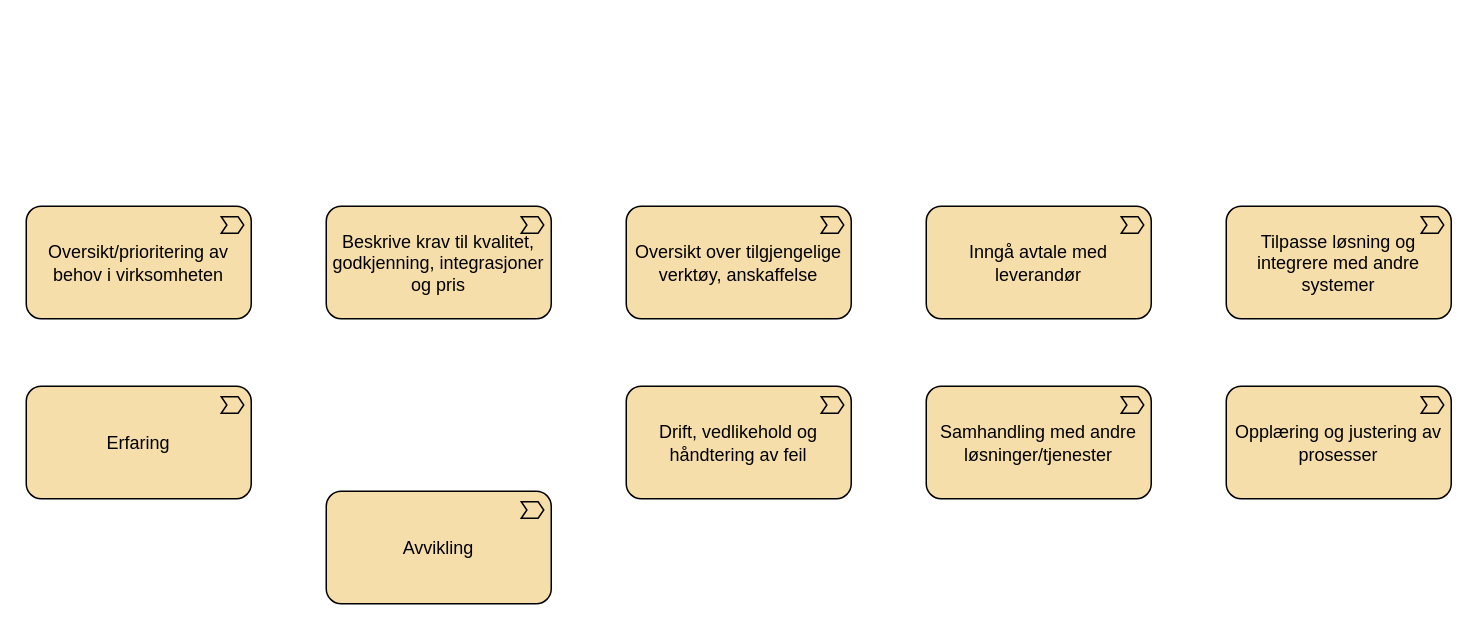
Earlier version of the draw.io diagram page "verdikjede-virksomheter" (8 of 8) of docs/strategi/value-chain.drawio (hdir/Digital-Forstelinje). Source tidied: cells renumbered, new cells numbered last; positions are measured from the earlier drawing's top-left corner, leaving out a move shared by most shapes. Both pictures are drawn from the tidied source at 150%, with x=0, y=0 at pixel (26, 206).
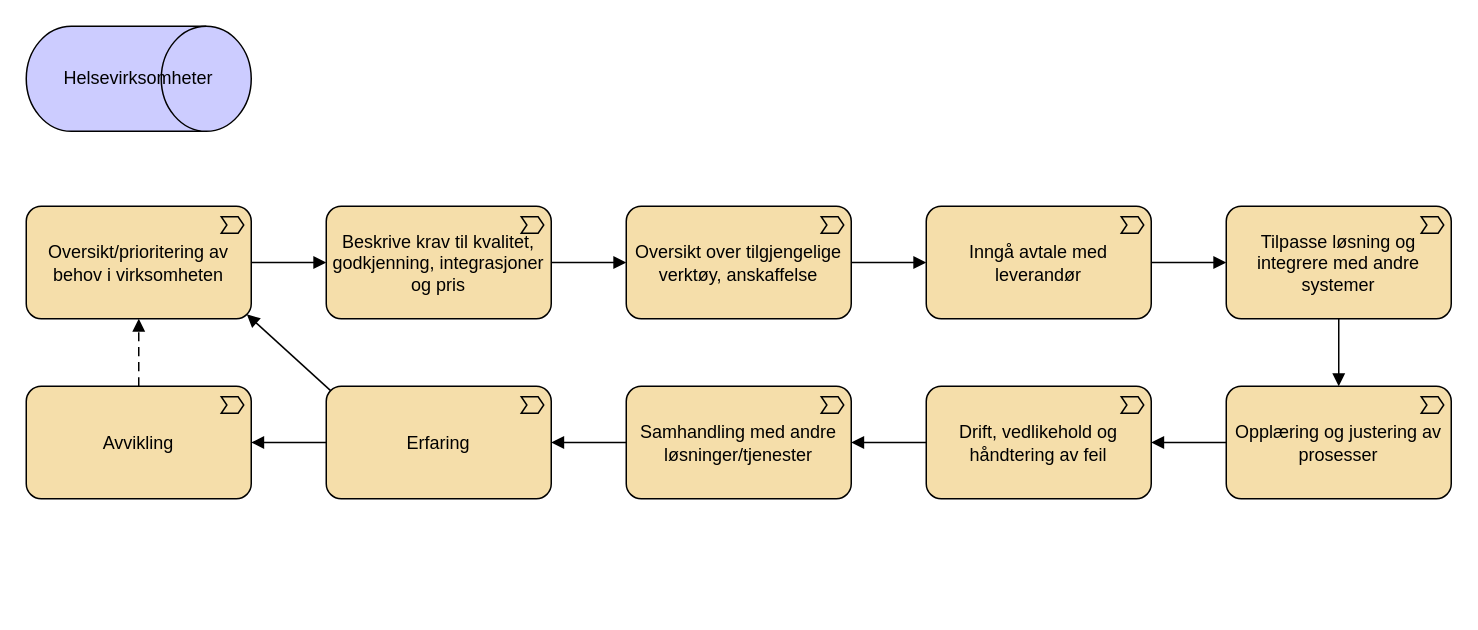
The same diagram, later.

Commit message (it also covers changes not shown here):
verdikjede for helsevirksomheter

Unchanged cells that the change refers to:
```xml
<mxCell id="2" value="Oversikt/prioritering av behov i virksomheten" style="html=1;outlineConnect=0;whiteSpace=wrap;fillColor=#F5DEAA;shape=mxgraph.archimate3.application;appType=valueStream;archiType=rounded;" parent="1" vertex="1">
  <mxGeometry width="150" height="75" as="geometry" />
</mxCell>
<mxCell id="3" value="Oversikt over tilgjengelige verktøy, anskaffelse" style="html=1;outlineConnect=0;whiteSpace=wrap;fillColor=#F5DEAA;shape=mxgraph.archimate3.application;appType=valueStream;archiType=rounded;" parent="1" vertex="1">
  <mxGeometry x="400" width="150" height="75" as="geometry" />
</mxCell>
<mxCell id="4" value="Inngå avtale med leverandør" style="html=1;outlineConnect=0;whiteSpace=wrap;fillColor=#F5DEAA;shape=mxgraph.archimate3.application;appType=valueStream;archiType=rounded;" parent="1" vertex="1">
  <mxGeometry x="600" width="150" height="75" as="geometry" />
</mxCell>
<mxCell id="5" value="Tilpasse løsning og integrere med andre systemer" style="html=1;outlineConnect=0;whiteSpace=wrap;fillColor=#F5DEAA;shape=mxgraph.archimate3.application;appType=valueStream;archiType=rounded;" parent="1" vertex="1">
  <mxGeometry x="800" width="150" height="75" as="geometry" />
</mxCell>
<mxCell id="6" value="Opplæring og justering av prosesser" style="html=1;outlineConnect=0;whiteSpace=wrap;fillColor=#F5DEAA;shape=mxgraph.archimate3.application;appType=valueStream;archiType=rounded;" parent="1" vertex="1">
  <mxGeometry x="800" y="120" width="150" height="75" as="geometry" />
</mxCell>
<mxCell id="11" value="Beskrive krav til kvalitet, godkjenning, integrasjoner og pris" style="html=1;outlineConnect=0;whiteSpace=wrap;fillColor=#F5DEAA;shape=mxgraph.archimate3.application;appType=valueStream;archiType=rounded;" parent="1" vertex="1">
  <mxGeometry x="200" width="150" height="75" as="geometry" />
</mxCell>
```

The edit, as a diff of the source:
```diff
@@
     <mxCell id="7" value="Erfaring" style="html=1;outlineConnect=0;whiteSpace=wrap;fillColor=#F5DEAA;shape=mxgraph.archimate3.application;appType=valueStream;archiType=rounded;" parent="1" vertex="1">
-      <mxGeometry y="120" width="150" height="75" as="geometry" />
+      <mxGeometry x="200" y="120" width="150" height="75" as="geometry" />
     </mxCell>
     <mxCell id="8" value="Samhandling med andre løsninger/tjenester" style="html=1;outlineConnect=0;whiteSpace=wrap;fillColor=#F5DEAA;shape=mxgraph.archimate3.application;appType=valueStream;archiType=rounded;" parent="1" vertex="1">
-      <mxGeometry x="600" y="120" width="150" height="75" as="geometry" />
+      <mxGeometry x="400" y="120" width="150" height="75" as="geometry" />
     </mxCell>
     <mxCell id="9" value="Avvikling" style="html=1;outlineConnect=0;whiteSpace=wrap;fillColor=#F5DEAA;shape=mxgraph.archimate3.application;appType=valueStream;archiType=rounded;" parent="1" vertex="1">
-      <mxGeometry x="200" y="190" width="150" height="75" as="geometry" />
+      <mxGeometry y="120" width="150" height="75" as="geometry" />
     </mxCell>
     <mxCell id="10" value="Drift, vedlikehold og håndtering av feil" style="html=1;outlineConnect=0;whiteSpace=wrap;fillColor=#F5DEAA;shape=mxgraph.archimate3.application;appType=valueStream;archiType=rounded;" parent="1" vertex="1">
-      <mxGeometry x="400" y="120" width="150" height="75" as="geometry" />
+      <mxGeometry x="600" y="120" width="150" height="75" as="geometry" />
     </mxCell>
@@
+    <mxCell id="12" style="html=1;endArrow=block;dashed=0;elbow=vertical;endFill=1;exitX=1;exitY=0.5;exitDx=0;exitDy=0;exitPerimeter=0;entryX=0;entryY=0.5;entryDx=0;entryDy=0;entryPerimeter=0;" parent="1" edge="1" source="2" target="11">
+      <mxGeometry relative="1" as="geometry" />
+    </mxCell>
+    <mxCell id="13" style="html=1;endArrow=block;dashed=0;elbow=vertical;endFill=1;exitX=1;exitY=0.5;exitDx=0;exitDy=0;exitPerimeter=0;entryX=0;entryY=0.5;entryDx=0;entryDy=0;entryPerimeter=0;" parent="1" edge="1" source="11" target="3">
+      <mxGeometry relative="1" as="geometry" />
+    </mxCell>
+    <mxCell id="14" style="html=1;endArrow=block;dashed=0;elbow=vertical;endFill=1;entryX=0;entryY=0.5;entryDx=0;entryDy=0;entryPerimeter=0;exitX=1;exitY=0.5;exitDx=0;exitDy=0;exitPerimeter=0;" parent="1" edge="1" source="3" target="4">
+      <mxGeometry relative="1" as="geometry" />
+    </mxCell>
+    <mxCell id="15" style="html=1;endArrow=block;dashed=0;elbow=vertical;endFill=1;entryX=0;entryY=0.5;entryDx=0;entryDy=0;entryPerimeter=0;exitX=1;exitY=0.5;exitDx=0;exitDy=0;exitPerimeter=0;" parent="1" edge="1" source="4" target="5">
+      <mxGeometry relative="1" as="geometry" />
+    </mxCell>
+    <mxCell id="16" style="html=1;endArrow=block;dashed=0;elbow=vertical;endFill=1;exitX=0.5;exitY=1;exitDx=0;exitDy=0;exitPerimeter=0;entryX=0.5;entryY=0;entryDx=0;entryDy=0;entryPerimeter=0;" parent="1" edge="1" source="5" target="6">
+      <mxGeometry relative="1" as="geometry" />
+    </mxCell>
+    <mxCell id="17" style="html=1;endArrow=block;dashed=0;elbow=vertical;endFill=1;exitX=0;exitY=0.5;exitDx=0;exitDy=0;exitPerimeter=0;entryX=1;entryY=0.5;entryDx=0;entryDy=0;entryPerimeter=0;" parent="1" edge="1" source="6" target="10">
+      <mxGeometry relative="1" as="geometry" />
+    </mxCell>
+    <mxCell id="18" style="html=1;endArrow=block;dashed=0;elbow=vertical;endFill=1;exitX=0;exitY=0.5;exitDx=0;exitDy=0;exitPerimeter=0;entryX=1;entryY=0.5;entryDx=0;entryDy=0;entryPerimeter=0;" parent="1" edge="1" source="10" target="8">
+      <mxGeometry relative="1" as="geometry" />
+    </mxCell>
+    <mxCell id="19" style="html=1;endArrow=block;dashed=0;elbow=vertical;endFill=1;exitX=0;exitY=0.5;exitDx=0;exitDy=0;exitPerimeter=0;" parent="1" edge="1" source="8" target="7">
+      <mxGeometry relative="1" as="geometry" />
+    </mxCell>
+    <mxCell id="20" style="html=1;endArrow=block;dashed=0;elbow=vertical;endFill=1;exitX=0;exitY=0;exitDx=2.9;exitDy=2.9;exitPerimeter=0;entryX=1;entryY=1;entryDx=-2.9;entryDy=-2.9;entryPerimeter=0;" parent="1" edge="1" source="7" target="2">
+      <mxGeometry relative="1" as="geometry" />
+    </mxCell>
+    <mxCell id="21" style="html=1;endArrow=block;dashed=0;elbow=vertical;endFill=1;exitX=0;exitY=0.5;exitDx=0;exitDy=0;exitPerimeter=0;entryX=1;entryY=0.5;entryDx=0;entryDy=0;entryPerimeter=0;" parent="1" edge="1" source="7" target="9">
+      <mxGeometry relative="1" as="geometry" />
+    </mxCell>
+    <mxCell id="22" style="edgeStyle=elbowEdgeStyle;html=1;endArrow=block;dashed=1;elbow=vertical;endFill=1;dashPattern=6 4;entryX=0.5;entryY=1;entryDx=0;entryDy=0;entryPerimeter=0;exitX=0.5;exitY=0;exitDx=0;exitDy=0;exitPerimeter=0;" parent="1" edge="1" source="9" target="2">
+      <mxGeometry relative="1" as="geometry" />
+    </mxCell>
+    <mxCell id="23" value="Helsevirksomheter" style="html=1;whiteSpace=wrap;fillColor=#CCCCFF;shape=mxgraph.archimate3.role;" parent="1" vertex="1">
+      <mxGeometry y="-120" width="150" height="70" as="geometry" />
+    </mxCell>
```
